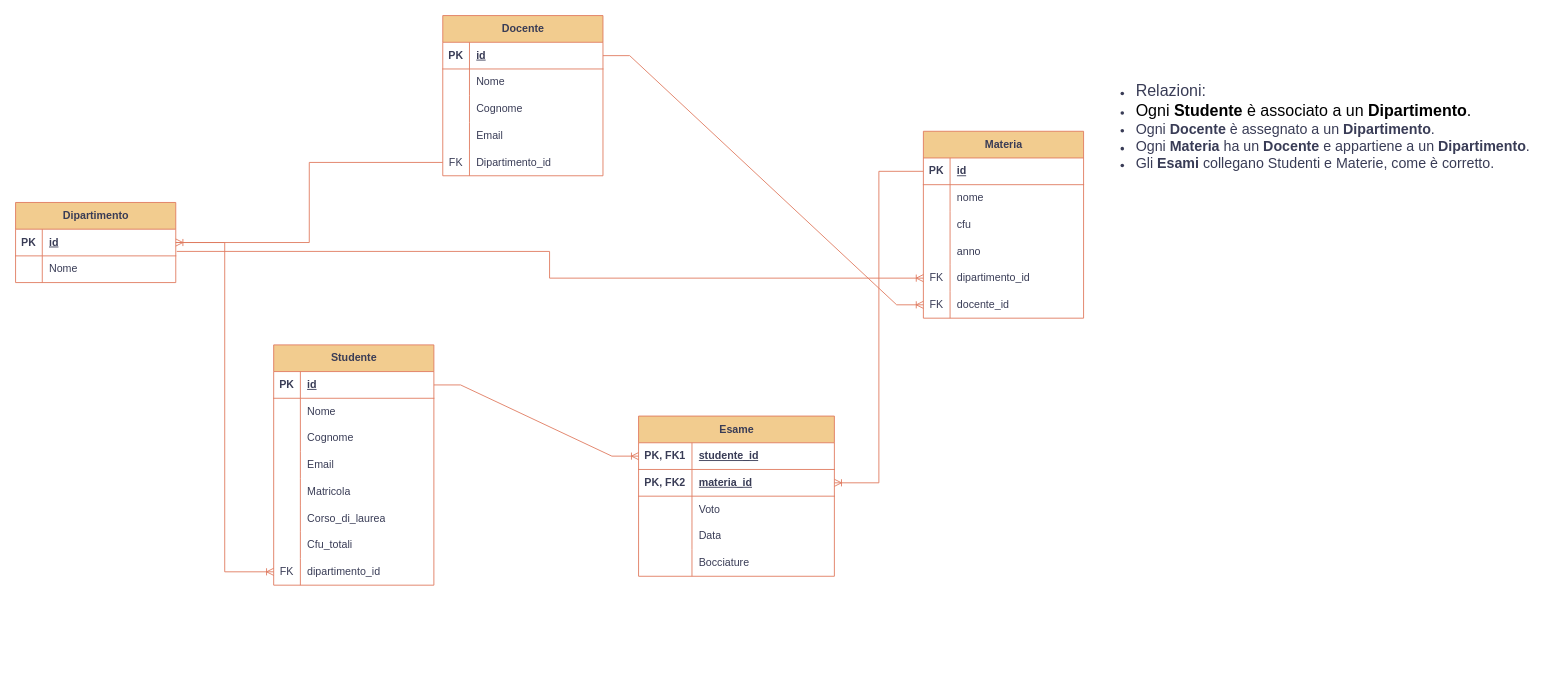
This is Universita/doc/Diagramma senza titolo.drawio from ZetaTeo/ProgettoR_Universita, a draw.io file, before an edit. Source tidied: cells renumbered, new cells numbered last; positions are measured from the earlier drawing's top-left corner, leaving out a move shared by most shapes. Both pictures are drawn from the tidied source at 89%, with x=0, y=0 at pixel (15, 15).
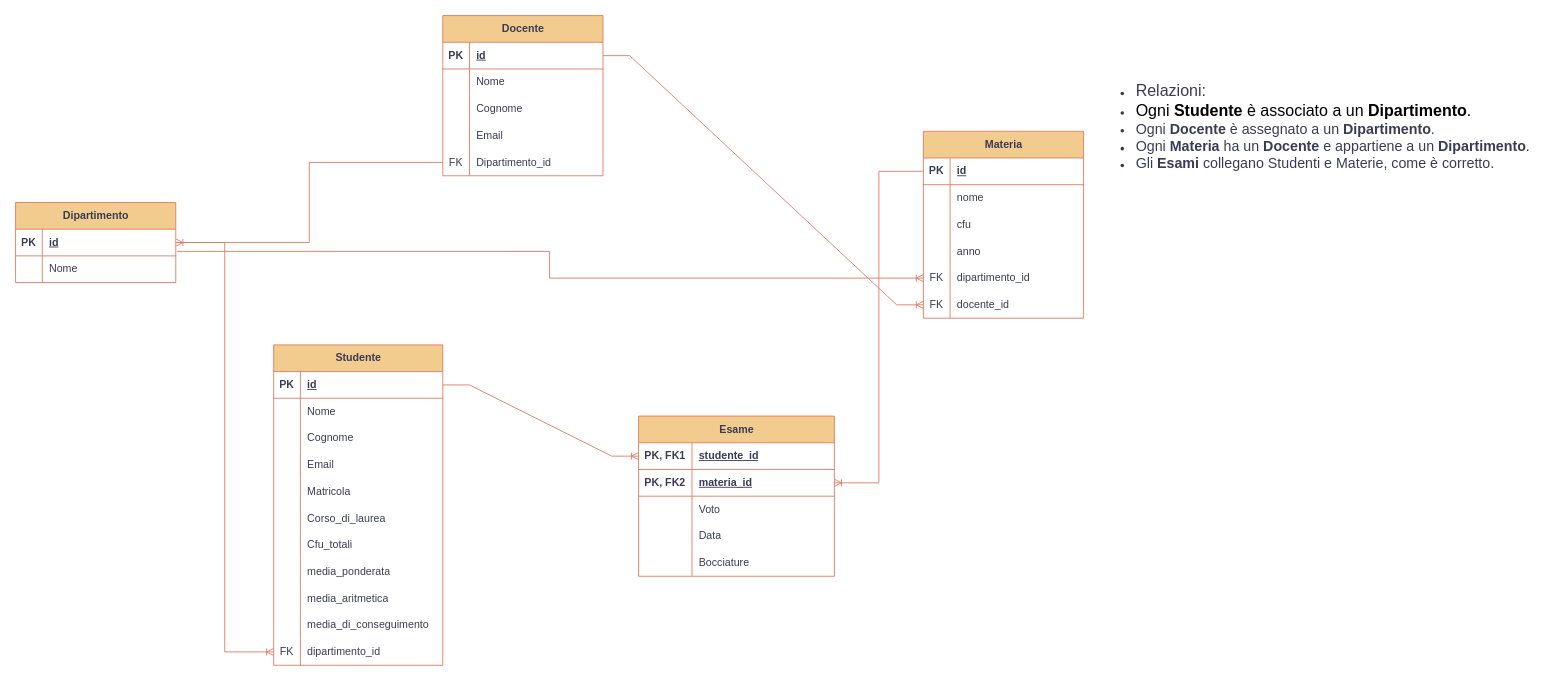
The same page after the edit.

Change to the diagram source:
```diff
@@
     <mxCell id="9" value="Studente" style="shape=table;startSize=30;childLayout=tableLayout;rowLines=0;fontStyle=1;align=center;html=1;labelBackgroundColor=none;fillColor=#F2CC8F;strokeColor=#E07A5F;fontColor=#393C56;" parent="1" vertex="1">
-      <mxGeometry x="290" y="370" width="180" height="270" as="geometry" />
+      <mxGeometry x="290" y="370" width="190" height="360" as="geometry" />
     </mxCell>
     <mxCell id="10" style="shape=tableRow;horizontal=0;startSize=0;swimlaneHead=0;swimlaneBody=0;fillColor=none;points=[[0,0.5],[1,0.5]];portConstraint=eastwest;top=0;left=0;right=0;bottom=1;labelBackgroundColor=none;strokeColor=#E07A5F;fontColor=#393C56;" parent="9" vertex="1">
-      <mxGeometry y="30" width="180" height="30" as="geometry" />
+      <mxGeometry y="30" width="190" height="30" as="geometry" />
     </mxCell>
@@
     <mxCell id="12" value="id&lt;span style=&quot;white-space: pre;&quot;&gt;&#9;&lt;/span&gt;" style="shape=partialRectangle;fillColor=none;top=0;left=0;bottom=0;right=0;align=left;spacingLeft=6;fontStyle=5;overflow=hidden;whiteSpace=wrap;html=1;labelBackgroundColor=none;strokeColor=#E07A5F;fontColor=#393C56;" parent="10" vertex="1">
-      <mxGeometry x="30" width="150" height="30" as="geometry" />
+      <mxGeometry x="30" width="160" height="30" as="geometry" />
     </mxCell>
     <mxCell id="13" style="shape=tableRow;horizontal=0;startSize=0;swimlaneHead=0;swimlaneBody=0;fillColor=none;top=0;left=0;right=0;bottom=0;labelBackgroundColor=none;strokeColor=#E07A5F;fontColor=#393C56;" parent="9" vertex="1">
-      <mxGeometry y="60" width="180" height="30" as="geometry" />
+      <mxGeometry y="60" width="190" height="30" as="geometry" />
     </mxCell>
@@
     <mxCell id="15" value="Nome" style="shape=partialRectangle;fillColor=none;top=0;left=0;bottom=0;right=0;align=left;spacingLeft=6;overflow=hidden;whiteSpace=wrap;html=1;labelBackgroundColor=none;strokeColor=#E07A5F;fontColor=#393C56;" parent="13" vertex="1">
-      <mxGeometry x="30" width="150" height="30" as="geometry" />
+      <mxGeometry x="30" width="160" height="30" as="geometry" />
     </mxCell>
     <mxCell id="16" style="shape=tableRow;horizontal=0;startSize=0;swimlaneHead=0;swimlaneBody=0;fillColor=none;top=0;left=0;right=0;bottom=0;labelBackgroundColor=none;strokeColor=#E07A5F;fontColor=#393C56;" parent="9" vertex="1">
-      <mxGeometry y="90" width="180" height="30" as="geometry" />
+      <mxGeometry y="90" width="190" height="30" as="geometry" />
     </mxCell>
@@
     <mxCell id="18" value="Cognome" style="shape=partialRectangle;fillColor=none;top=0;left=0;bottom=0;right=0;align=left;spacingLeft=6;overflow=hidden;whiteSpace=wrap;html=1;labelBackgroundColor=none;strokeColor=#E07A5F;fontColor=#393C56;" parent="16" vertex="1">
-      <mxGeometry x="30" width="150" height="30" as="geometry" />
+      <mxGeometry x="30" width="160" height="30" as="geometry" />
     </mxCell>
     <mxCell id="19" style="shape=tableRow;horizontal=0;startSize=0;swimlaneHead=0;swimlaneBody=0;fillColor=none;top=0;left=0;right=0;bottom=0;labelBackgroundColor=none;strokeColor=#E07A5F;fontColor=#393C56;" parent="9" vertex="1">
-      <mxGeometry y="120" width="180" height="30" as="geometry" />
+      <mxGeometry y="120" width="190" height="30" as="geometry" />
     </mxCell>
@@
     <mxCell id="21" value="Email" style="shape=partialRectangle;fillColor=none;top=0;left=0;bottom=0;right=0;align=left;spacingLeft=6;overflow=hidden;whiteSpace=wrap;html=1;labelBackgroundColor=none;strokeColor=#E07A5F;fontColor=#393C56;" parent="19" vertex="1">
-      <mxGeometry x="30" width="150" height="30" as="geometry" />
+      <mxGeometry x="30" width="160" height="30" as="geometry" />
     </mxCell>
     <mxCell id="22" style="shape=tableRow;horizontal=0;startSize=0;swimlaneHead=0;swimlaneBody=0;fillColor=none;top=0;left=0;right=0;bottom=0;labelBackgroundColor=none;strokeColor=#E07A5F;fontColor=#393C56;" parent="9" vertex="1">
-      <mxGeometry y="150" width="180" height="30" as="geometry" />
+      <mxGeometry y="150" width="190" height="30" as="geometry" />
     </mxCell>
@@
     <mxCell id="24" value="Matricola" style="shape=partialRectangle;fillColor=none;top=0;left=0;bottom=0;right=0;align=left;spacingLeft=6;overflow=hidden;whiteSpace=wrap;html=1;labelBackgroundColor=none;strokeColor=#E07A5F;fontColor=#393C56;" parent="22" vertex="1">
-      <mxGeometry x="30" width="150" height="30" as="geometry" />
+      <mxGeometry x="30" width="160" height="30" as="geometry" />
     </mxCell>
     <mxCell id="25" style="shape=tableRow;horizontal=0;startSize=0;swimlaneHead=0;swimlaneBody=0;fillColor=none;top=0;left=0;right=0;bottom=0;labelBackgroundColor=none;strokeColor=#E07A5F;fontColor=#393C56;" parent="9" vertex="1">
-      <mxGeometry y="180" width="180" height="30" as="geometry" />
+      <mxGeometry y="180" width="190" height="30" as="geometry" />
     </mxCell>
@@
     <mxCell id="27" value="Corso_di_laurea" style="shape=partialRectangle;fillColor=none;top=0;left=0;bottom=0;right=0;align=left;spacingLeft=6;overflow=hidden;whiteSpace=wrap;html=1;labelBackgroundColor=none;strokeColor=#E07A5F;fontColor=#393C56;" parent="25" vertex="1">
-      <mxGeometry x="30" width="150" height="30" as="geometry" />
+      <mxGeometry x="30" width="160" height="30" as="geometry" />
     </mxCell>
     <mxCell id="28" style="shape=tableRow;horizontal=0;startSize=0;swimlaneHead=0;swimlaneBody=0;fillColor=none;top=0;left=0;right=0;bottom=0;labelBackgroundColor=none;strokeColor=#E07A5F;fontColor=#393C56;" parent="9" vertex="1">
-      <mxGeometry y="210" width="180" height="30" as="geometry" />
+      <mxGeometry y="210" width="190" height="30" as="geometry" />
     </mxCell>
@@
     <mxCell id="30" value="Cfu_totali" style="shape=partialRectangle;fillColor=none;top=0;left=0;bottom=0;right=0;align=left;spacingLeft=6;overflow=hidden;whiteSpace=wrap;html=1;labelBackgroundColor=none;strokeColor=#E07A5F;fontColor=#393C56;" parent="28" vertex="1">
-      <mxGeometry x="30" width="150" height="30" as="geometry" />
+      <mxGeometry x="30" width="160" height="30" as="geometry" />
     </mxCell>
+    <mxCell id="92" style="shape=tableRow;horizontal=0;startSize=0;swimlaneHead=0;swimlaneBody=0;fillColor=none;top=0;left=0;right=0;bottom=0;labelBackgroundColor=none;strokeColor=#E07A5F;fontColor=#393C56;" parent="9" vertex="1">
+      <mxGeometry y="240" width="190" height="30" as="geometry" />
+    </mxCell>
+    <mxCell id="93" style="shape=partialRectangle;fillColor=none;top=0;left=0;bottom=0;right=0;overflow=hidden;whiteSpace=wrap;html=1;labelBackgroundColor=none;strokeColor=#E07A5F;fontColor=#393C56;" parent="92" vertex="1">
+      <mxGeometry width="30" height="30" as="geometry" />
+    </mxCell>
+    <mxCell id="94" value="media_ponderata" style="shape=partialRectangle;fillColor=none;top=0;left=0;bottom=0;right=0;align=left;spacingLeft=6;overflow=hidden;whiteSpace=wrap;html=1;labelBackgroundColor=none;strokeColor=#E07A5F;fontColor=#393C56;" parent="92" vertex="1">
+      <mxGeometry x="30" width="160" height="30" as="geometry" />
+    </mxCell>
+    <mxCell id="95" style="shape=tableRow;horizontal=0;startSize=0;swimlaneHead=0;swimlaneBody=0;fillColor=none;top=0;left=0;right=0;bottom=0;labelBackgroundColor=none;strokeColor=#E07A5F;fontColor=#393C56;" parent="9" vertex="1">
+      <mxGeometry y="270" width="190" height="30" as="geometry" />
+    </mxCell>
+    <mxCell id="96" style="shape=partialRectangle;fillColor=none;top=0;left=0;bottom=0;right=0;overflow=hidden;whiteSpace=wrap;html=1;labelBackgroundColor=none;strokeColor=#E07A5F;fontColor=#393C56;" parent="95" vertex="1">
+      <mxGeometry width="30" height="30" as="geometry" />
+    </mxCell>
+    <mxCell id="97" value="media_aritmetica" style="shape=partialRectangle;fillColor=none;top=0;left=0;bottom=0;right=0;align=left;spacingLeft=6;overflow=hidden;whiteSpace=wrap;html=1;labelBackgroundColor=none;strokeColor=#E07A5F;fontColor=#393C56;" parent="95" vertex="1">
+      <mxGeometry x="30" width="160" height="30" as="geometry" />
+    </mxCell>
+    <mxCell id="98" style="shape=tableRow;horizontal=0;startSize=0;swimlaneHead=0;swimlaneBody=0;fillColor=none;top=0;left=0;right=0;bottom=0;labelBackgroundColor=none;strokeColor=#E07A5F;fontColor=#393C56;" parent="9" vertex="1">
+      <mxGeometry y="300" width="190" height="30" as="geometry" />
+    </mxCell>
+    <mxCell id="99" style="shape=partialRectangle;fillColor=none;top=0;left=0;bottom=0;right=0;overflow=hidden;whiteSpace=wrap;html=1;labelBackgroundColor=none;strokeColor=#E07A5F;fontColor=#393C56;" parent="98" vertex="1">
+      <mxGeometry width="30" height="30" as="geometry" />
+    </mxCell>
+    <mxCell id="100" value="media_di_conseguimento" style="shape=partialRectangle;fillColor=none;top=0;left=0;bottom=0;right=0;align=left;spacingLeft=6;overflow=hidden;whiteSpace=wrap;html=1;labelBackgroundColor=none;strokeColor=#E07A5F;fontColor=#393C56;" parent="98" vertex="1">
+      <mxGeometry x="30" width="160" height="30" as="geometry" />
+    </mxCell>
     <mxCell id="31" style="shape=tableRow;horizontal=0;startSize=0;swimlaneHead=0;swimlaneBody=0;fillColor=none;points=[[0,0.5],[1,0.5]];portConstraint=eastwest;top=0;left=0;right=0;bottom=0;labelBackgroundColor=none;strokeColor=#E07A5F;fontColor=#393C56;" parent="9" vertex="1">
-      <mxGeometry y="240" width="180" height="30" as="geometry" />
+      <mxGeometry y="330" width="190" height="30" as="geometry" />
     </mxCell>
@@
     <mxCell id="33" value="dipartimento_id" style="shape=partialRectangle;fillColor=none;top=0;left=0;bottom=0;right=0;align=left;spacingLeft=6;overflow=hidden;whiteSpace=wrap;html=1;labelBackgroundColor=none;strokeColor=#E07A5F;fontColor=#393C56;" parent="31" vertex="1">
-      <mxGeometry x="30" width="150" height="30" as="geometry" />
+      <mxGeometry x="30" width="160" height="30" as="geometry" />
     </mxCell>
```
